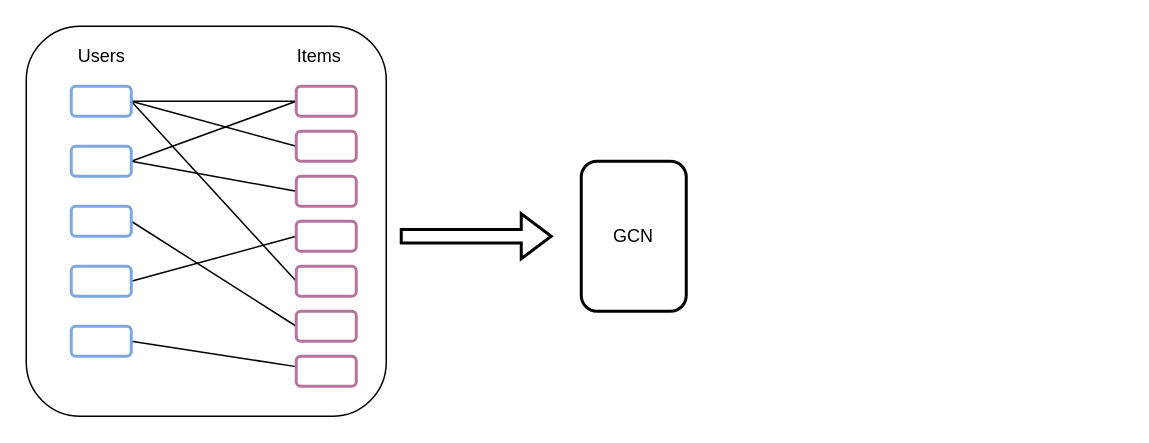
Earlier version of the draw.io diagram GCN.drawio (hqius/draw). Source tidied: cells renumbered, new cells numbered last; positions are measured from the earlier drawing's top-left corner, leaving out a move shared by most shapes. Both pictures are drawn from the tidied source at 150%, with x=0, y=0 at pixel (26, 26).
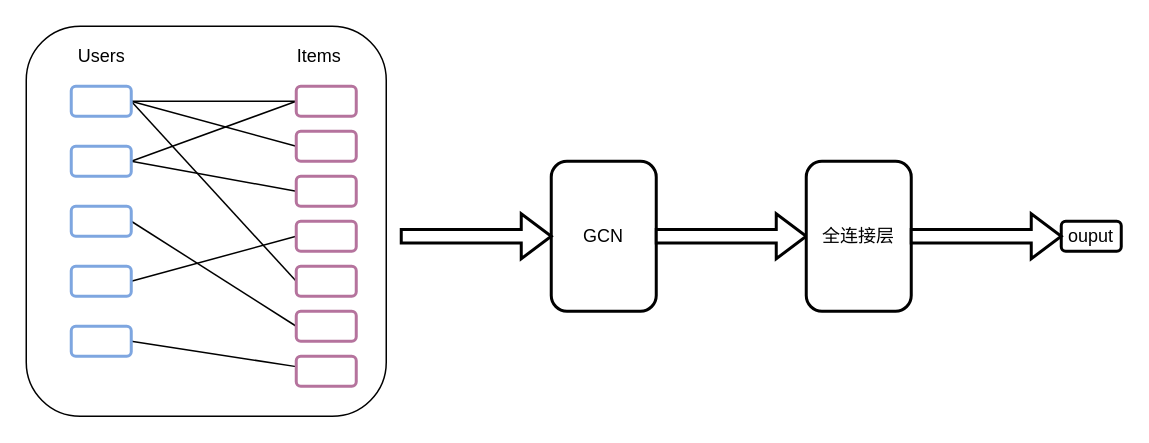
The same page after the edit.

What changed in the source:
```diff
@@
     <mxCell id="25" value="GCN" style="rounded=1;whiteSpace=wrap;html=1;strokeWidth=2;" parent="1" vertex="1">
-      <mxGeometry x="370" y="90" width="70" height="100" as="geometry" />
+      <mxGeometry x="350" y="90" width="70" height="100" as="geometry" />
     </mxCell>
@@
+    <mxCell id="27" style="shape=singleArrow;whiteSpace=wrap;html=1;strokeColor=#000000;strokeWidth=2;" parent="1" vertex="1">
+      <mxGeometry x="420" y="125" width="100" height="30" as="geometry" />
+    </mxCell>
+    <mxCell id="28" value="全连接层" style="rounded=1;whiteSpace=wrap;html=1;strokeWidth=2;" parent="1" vertex="1">
+      <mxGeometry x="520" y="90" width="70" height="100" as="geometry" />
+    </mxCell>
+    <mxCell id="29" value="ouput" style="rounded=1;whiteSpace=wrap;html=1;strokeWidth=2;" parent="1" vertex="1">
+      <mxGeometry x="690" y="130" width="40" height="20" as="geometry" />
+    </mxCell>
+    <mxCell id="30" style="shape=singleArrow;whiteSpace=wrap;html=1;strokeColor=#000000;strokeWidth=2;" parent="1" vertex="1">
+      <mxGeometry x="590" y="125" width="100" height="30" as="geometry" />
+    </mxCell>
```
